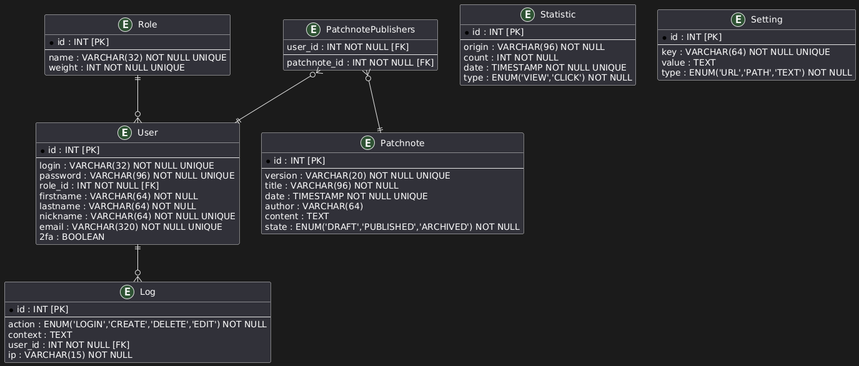
Neyticom/Deadlock-France-webapp-front keeps this PlantUML diagram as docs/concept/ERD.png. Above is the earlier version.
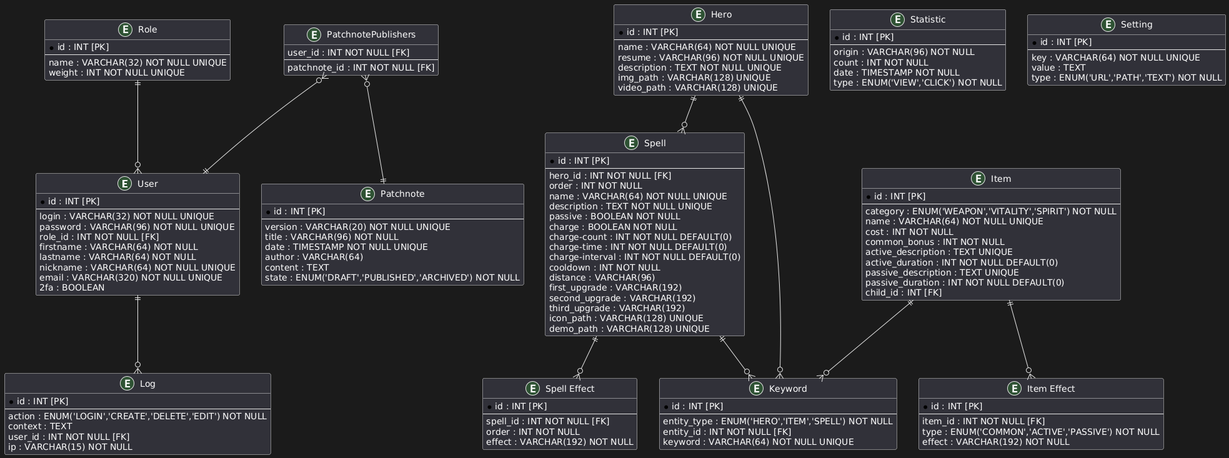
The same diagram one commit later.

Commit message:
docs: ERD updated with deadlock entities

What changed in the source:
```diff
@@ -30,6 +30,75 @@
   state : ENUM('DRAFT','PUBLISHED','ARCHIVED') NOT NULL
 }
 
+entity "Hero" as hero {
+  * id : INT [PK]
+  --
+  name : VARCHAR(64) NOT NULL UNIQUE
+  resume : VARCHAR(96) NOT NULL UNIQUE
+  description : TEXT NOT NULL UNIQUE
+  img_path : VARCHAR(128) UNIQUE
+  video_path : VARCHAR(128) UNIQUE
+}
+
+entity "Item" as item {
+  * id : INT [PK]
+  --
+  category : ENUM('WEAPON','VITALITY','SPIRIT') NOT NULL
+  name : VARCHAR(64) NOT NULL UNIQUE
+  cost : INT NOT NULL
+  common_bonus : INT NOT NULL
+  active_description : TEXT UNIQUE
+  active_duration : INT NOT NULL DEFAULT(0)
+  passive_description : TEXT UNIQUE
+  passive_duration : INT NOT NULL DEFAULT(0)
+  child_id : INT [FK]
+}
+
+entity "Item Effect" as item_effect {
+  * id : INT [PK]
+  --
+  item_id : INT NOT NULL [FK]
+  type : ENUM('COMMON','ACTIVE','PASSIVE') NOT NULL
+  effect : VARCHAR(192) NOT NULL
+}
+
+entity "Spell" as spell {
+  * id : INT [PK]
+  --
+  hero_id : INT NOT NULL [FK]
+  order : INT NOT NULL
+  name : VARCHAR(64) NOT NULL UNIQUE
+  description : TEXT NOT NULL UNIQUE
+  passive : BOOLEAN NOT NULL
+  charge : BOOLEAN NOT NULL
+  charge-count : INT NOT NULL DEFAULT(0)
+  charge-time : INT NOT NULL DEFAULT(0)
+  charge-interval : INT NOT NULL DEFAULT(0)
+  cooldown : INT NOT NULL
+  distance : VARCHAR(96)
+  first_upgrade : VARCHAR(192)
+  second_upgrade : VARCHAR(192)
+  third_upgrade : VARCHAR(192)
+  icon_path : VARCHAR(128) UNIQUE
+  demo_path : VARCHAR(128) UNIQUE
+}
+
+entity "Spell Effect" as spell_effect {
+  * id : INT [PK]
+  --
+  spell_id : INT NOT NULL [FK]
+  order : INT NOT NULL
+  effect : VARCHAR(192) NOT NULL
+}
+
+entity "Keyword" as keyword {
+  * id : INT [PK]
+  --
+  entity_type : ENUM('HERO','ITEM','SPELL') NOT NULL
+  entity_id : INT NOT NULL [FK]
+  keyword : VARCHAR(64) NOT NULL UNIQUE
+}
+
 entity "PatchnotePublishers" as patchnote_publishers {
   user_id : INT NOT NULL [FK]
   --
@@ -41,7 +110,7 @@
   --
   origin : VARCHAR(96) NOT NULL
   count : INT NOT NULL
-  date : TIMESTAMP NOT NULL UNIQUE
+  date : TIMESTAMP NOT NULL
   type : ENUM('VIEW','CLICK') NOT NULL
 }
 
@@ -64,6 +133,12 @@
 
 role ||--o{ user
 user ||--o{ log
+hero ||--o{ spell
+hero ||--o{ keyword
+item ||--o{ keyword
+item ||--o{ item_effect
+spell ||--o{ spell_effect
+spell ||--o{ keyword
 patchnote_publishers }o--|| patchnote
 patchnote_publishers }o--|| user
 @enduml
```
